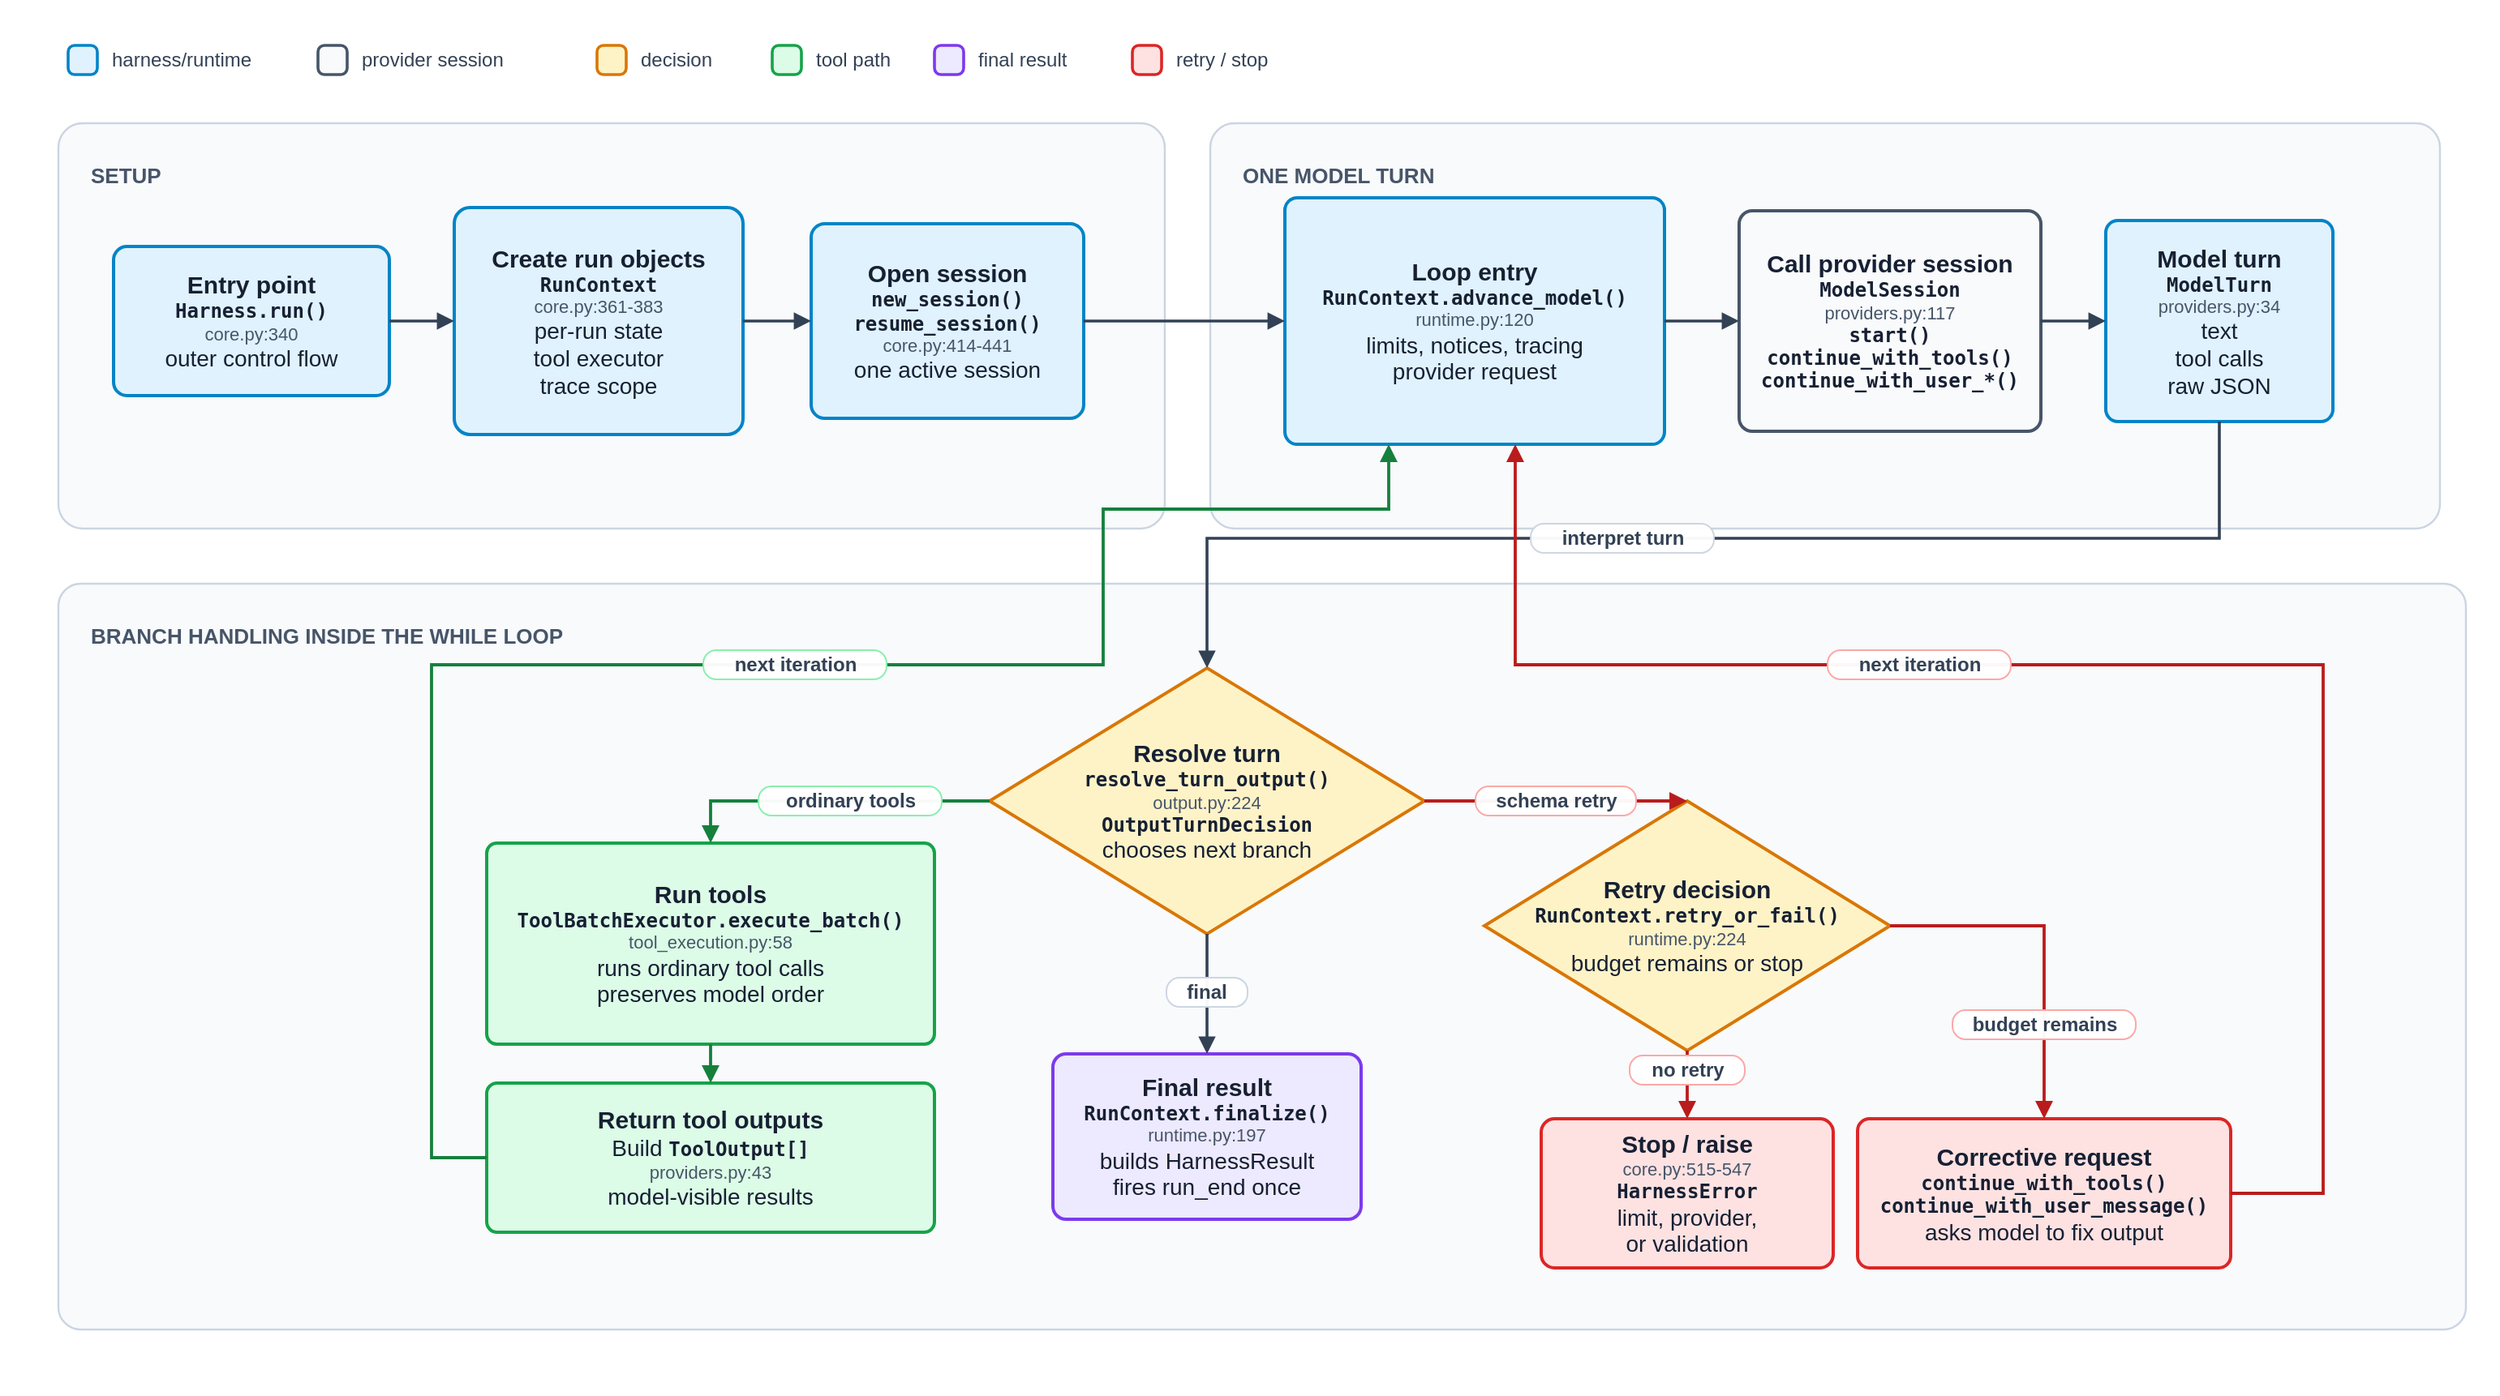
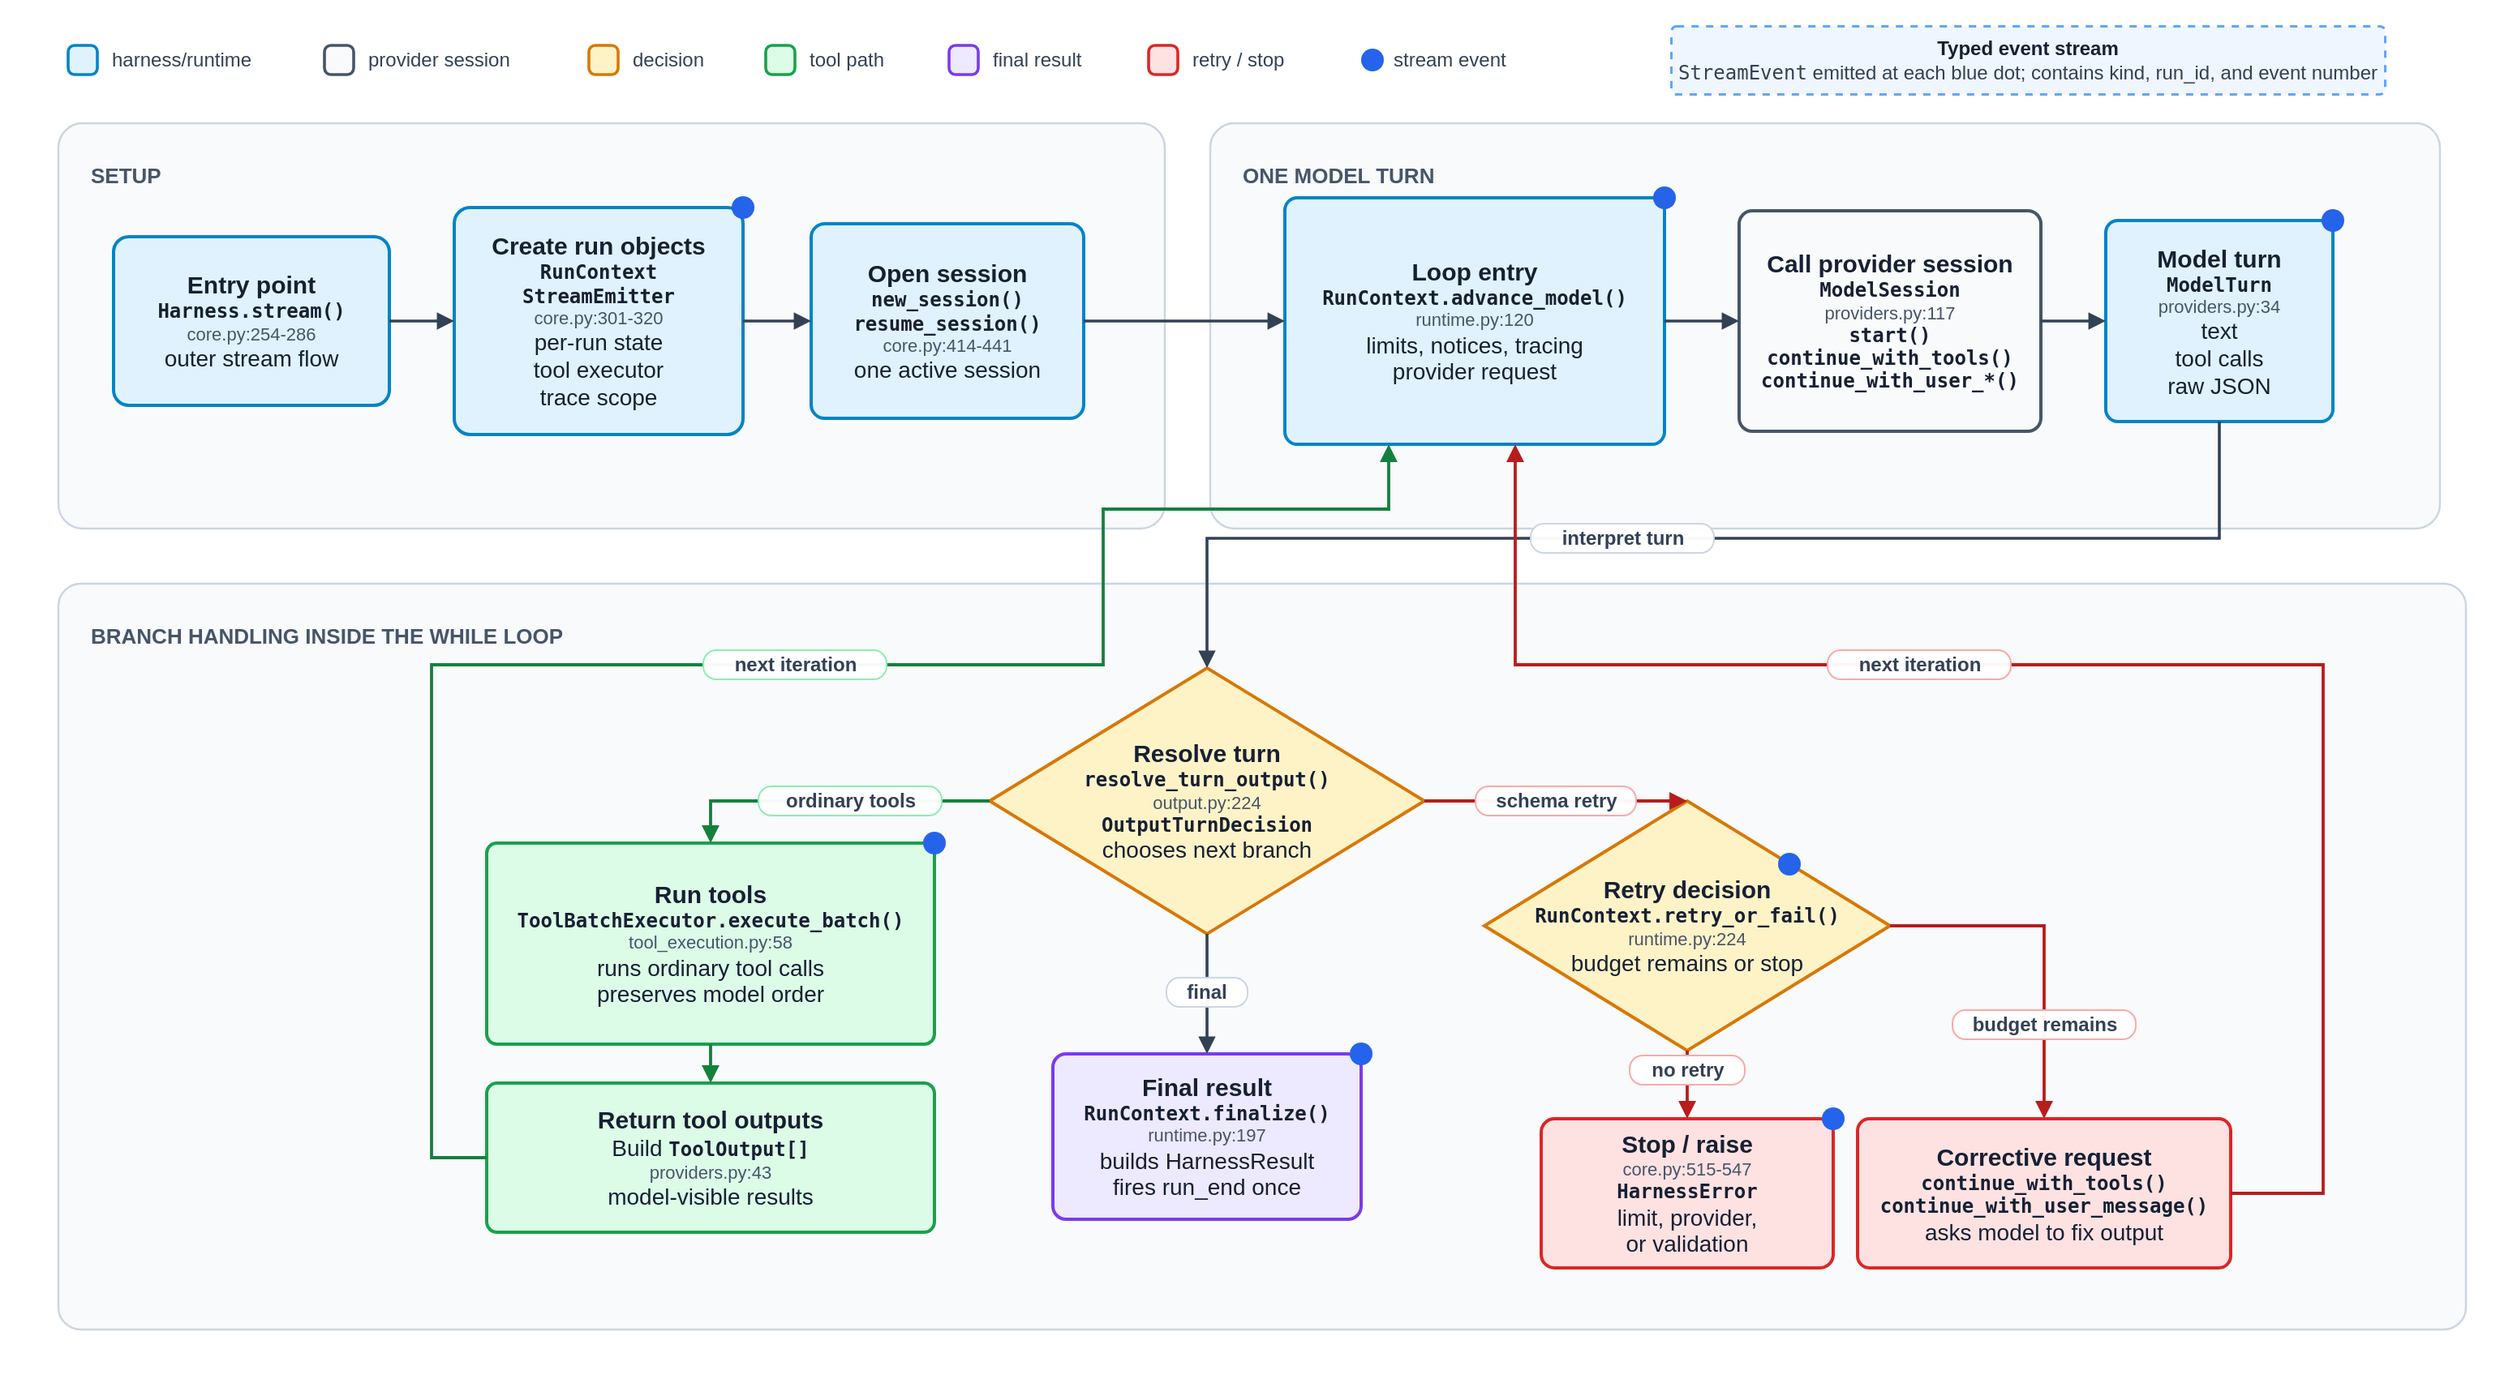
<mxfile host="Electron" agent="Codex">
  <diagram id="thinharness-run-loop" name="ThinHarness run loop">
    <mxGraphModel dx="1542" dy="1342" grid="0" gridSize="10" guides="1" tooltips="1" connect="1" arrows="1" fold="1" page="1" pageScale="1" pageWidth="1540" pageHeight="860" math="0" shadow="0">
      <root>
        <mxCell id="0" />
        <mxCell id="1" parent="0" />
        <mxCell id="background" parent="1" style="rounded=0;whiteSpace=wrap;html=1;fillColor=#ffffff;strokeColor=none;" value="" vertex="1">
          <mxGeometry height="860" width="1540" as="geometry" />
        </mxCell>
        <mxCell id="legend-runtime" parent="1" style="rounded=1;whiteSpace=wrap;html=1;arcSize=22;fillColor=#e0f2fe;strokeColor=#0284c7;strokeWidth=1.8;" value="" vertex="1">
          <mxGeometry height="18" width="18" x="42" y="28" as="geometry" />
        </mxCell>
        <mxCell id="legend-runtime-label" parent="1" style="text;html=1;strokeColor=none;fillColor=none;align=left;verticalAlign=middle;whiteSpace=wrap;rounded=0;fontFamily=Helvetica;fontSize=12;fontColor=#334155;spacing=0;" value="harness/runtime" vertex="1">
-           <mxGeometry height="18" width="118" x="69" y="28" as="geometry" />
+           <mxGeometry height="18" width="103" x="69" y="28" as="geometry" />
        </mxCell>
        <mxCell id="legend-provider" parent="1" style="rounded=1;whiteSpace=wrap;html=1;arcSize=22;fillColor=#f8fafc;strokeColor=#475569;strokeWidth=1.8;" value="" vertex="1">
-           <mxGeometry height="18" width="18" x="196" y="28" as="geometry" />
+           <mxGeometry height="18" width="18" x="200" y="28" as="geometry" />
        </mxCell>
        <mxCell id="legend-provider-label" parent="1" style="text;html=1;strokeColor=none;fillColor=none;align=left;verticalAlign=middle;whiteSpace=wrap;rounded=0;fontFamily=Helvetica;fontSize=12;fontColor=#334155;spacing=0;" value="provider session" vertex="1">
-           <mxGeometry height="18" width="126" x="223" y="28" as="geometry" />
+           <mxGeometry height="18" width="108" x="227" y="28" as="geometry" />
        </mxCell>
        <mxCell id="legend-decision" parent="1" style="rounded=1;whiteSpace=wrap;html=1;arcSize=22;fillColor=#fef3c7;strokeColor=#d97706;strokeWidth=1.8;" value="" vertex="1">
-           <mxGeometry height="18" width="18" x="368" y="28" as="geometry" />
+           <mxGeometry height="18" width="18" x="363" y="28" as="geometry" />
        </mxCell>
        <mxCell id="legend-decision-label" parent="1" style="text;html=1;strokeColor=none;fillColor=none;align=left;verticalAlign=middle;whiteSpace=wrap;rounded=0;fontFamily=Helvetica;fontSize=12;fontColor=#334155;spacing=0;" value="decision" vertex="1">
-           <mxGeometry height="18" width="64" x="395" y="28" as="geometry" />
+           <mxGeometry height="18" width="54" x="390" y="28" as="geometry" />
        </mxCell>
        <mxCell id="legend-tool" parent="1" style="rounded=1;whiteSpace=wrap;html=1;arcSize=22;fillColor=#dcfce7;strokeColor=#16a34a;strokeWidth=1.8;" value="" vertex="1">
-           <mxGeometry height="18" width="18" x="476" y="28" as="geometry" />
+           <mxGeometry height="18" width="18" x="472" y="28" as="geometry" />
        </mxCell>
        <mxCell id="legend-tool-label" parent="1" style="text;html=1;strokeColor=none;fillColor=none;align=left;verticalAlign=middle;whiteSpace=wrap;rounded=0;fontFamily=Helvetica;fontSize=12;fontColor=#334155;spacing=0;" value="tool path" vertex="1">
-           <mxGeometry height="18" width="74" x="503" y="28" as="geometry" />
+           <mxGeometry height="18" width="58" x="499" y="28" as="geometry" />
        </mxCell>
        <mxCell id="legend-done" parent="1" style="rounded=1;whiteSpace=wrap;html=1;arcSize=22;fillColor=#ede9fe;strokeColor=#7c3aed;strokeWidth=1.8;" value="" vertex="1">
-           <mxGeometry height="18" width="18" x="576" y="28" as="geometry" />
+           <mxGeometry height="18" width="18" x="585" y="28" as="geometry" />
        </mxCell>
        <mxCell id="legend-done-label" parent="1" style="text;html=1;strokeColor=none;fillColor=none;align=left;verticalAlign=middle;whiteSpace=wrap;rounded=0;fontFamily=Helvetica;fontSize=12;fontColor=#334155;spacing=0;" value="final result" vertex="1">
-           <mxGeometry height="18" width="86" x="603" y="28" as="geometry" />
+           <mxGeometry height="18" width="68" x="612" y="28" as="geometry" />
        </mxCell>
        <mxCell id="legend-stop" parent="1" style="rounded=1;whiteSpace=wrap;html=1;arcSize=22;fillColor=#fee2e2;strokeColor=#dc2626;strokeWidth=1.8;" value="" vertex="1">
-           <mxGeometry height="18" width="18" x="698" y="28" as="geometry" />
+           <mxGeometry height="18" width="18" x="708" y="28" as="geometry" />
        </mxCell>
        <mxCell id="legend-stop-label" parent="1" style="text;html=1;strokeColor=none;fillColor=none;align=left;verticalAlign=middle;whiteSpace=wrap;rounded=0;fontFamily=Helvetica;fontSize=12;fontColor=#334155;spacing=0;" value="retry / stop" vertex="1">
-           <mxGeometry height="18" width="92" x="725" y="28" as="geometry" />
+           <mxGeometry height="18" width="76" x="735" y="28" as="geometry" />
+         </mxCell>
+         <mxCell id="legend-stream-event" parent="1" style="ellipse;whiteSpace=wrap;html=1;aspect=fixed;fillColor=#2563eb;strokeColor=none;" value="" vertex="1">
+           <mxGeometry height="14" width="14" x="839" y="30" as="geometry" />
+         </mxCell>
+         <mxCell id="legend-stream-event-label" parent="1" style="text;html=1;strokeColor=none;fillColor=none;align=left;verticalAlign=middle;whiteSpace=wrap;rounded=0;fontFamily=Helvetica;fontSize=12;fontColor=#334155;spacing=0;" value="stream event" vertex="1">
+           <mxGeometry height="18" width="84" x="859" y="28" as="geometry" />
+         </mxCell>
+         <mxCell id="stream-callout" parent="1" style="rounded=1;whiteSpace=wrap;html=1;arcSize=8;fillColor=#eff6ff;strokeColor=#60a5fa;strokeWidth=1.5;dashed=1;fontFamily=Helvetica;fontSize=12;fontColor=#334155;align=center;verticalAlign=middle;spacing=0;" value="&lt;div style=&quot;font-weight:700;color:#172033&quot;&gt;Typed event stream&lt;/div&gt;&lt;div&gt;&lt;span style=&quot;font-family:Menlo,Monaco,Consolas,monospace&quot;&gt;StreamEvent&lt;/span&gt; emitted at each blue dot; contains kind, run_id, and event number&lt;/div&gt;" vertex="1">
+           <mxGeometry height="42" width="440" x="1030" y="16" as="geometry" />
        </mxCell>
        <mxCell id="lane-setup" parent="1" style="rounded=1;whiteSpace=wrap;html=1;arcSize=6;fillColor=#f8fafc;strokeColor=#cbd5e1;strokeWidth=1.2;" value="" vertex="1">
          <mxGeometry height="250" width="682" x="36" y="76" as="geometry" />
        </mxCell>
        <mxCell id="lane-setup-title" parent="1" style="text;html=1;strokeColor=none;fillColor=none;align=left;verticalAlign=top;whiteSpace=wrap;rounded=0;fontFamily=Helvetica;fontSize=13;fontStyle=1;fontColor=#475569;spacing=0;" value="SETUP" vertex="1">
          <mxGeometry height="20" width="80" x="56" y="96" as="geometry" />
        </mxCell>
        <mxCell id="lane-turn" parent="1" style="rounded=1;whiteSpace=wrap;html=1;arcSize=6;fillColor=#f8fafc;strokeColor=#cbd5e1;strokeWidth=1.2;" value="" vertex="1">
          <mxGeometry height="250" width="758" x="746" y="76" as="geometry" />
        </mxCell>
        <mxCell id="lane-turn-title" parent="1" style="text;html=1;strokeColor=none;fillColor=none;align=left;verticalAlign=top;whiteSpace=wrap;rounded=0;fontFamily=Helvetica;fontSize=13;fontStyle=1;fontColor=#475569;spacing=0;" value="ONE MODEL TURN" vertex="1">
          <mxGeometry height="20" width="140" x="766" y="96" as="geometry" />
        </mxCell>
        <mxCell id="lane-branch" parent="1" style="rounded=1;whiteSpace=wrap;html=1;arcSize=3;fillColor=#f8fafc;strokeColor=#cbd5e1;strokeWidth=1.2;" value="" vertex="1">
          <mxGeometry height="460" width="1484" x="36" y="360" as="geometry" />
        </mxCell>
        <mxCell id="lane-branch-title" parent="1" style="text;html=1;strokeColor=none;fillColor=none;align=left;verticalAlign=top;whiteSpace=wrap;rounded=0;fontFamily=Helvetica;fontSize=13;fontStyle=1;fontColor=#475569;spacing=0;" value="BRANCH HANDLING INSIDE THE WHILE LOOP" vertex="1">
          <mxGeometry height="20" width="330" x="56" y="380" as="geometry" />
        </mxCell>
-         <mxCell id="run" parent="1" style="rounded=1;whiteSpace=wrap;html=1;arcSize=9;fillColor=#e0f2fe;strokeColor=#0284c7;strokeWidth=2;fontFamily=Helvetica;fontSize=14;fontColor=#172033;align=center;verticalAlign=middle;spacing=0;" value="&lt;div style=&quot;font-size:15px;font-weight:700&quot;&gt;Entry point&lt;/div&gt;&lt;div style=&quot;font-family:Menlo,Monaco,Consolas,monospace;font-size:12px;font-weight:650&quot;&gt;Harness.run()&lt;/div&gt;&lt;div style=&quot;color:#475569;font-size:11px&quot;&gt;core.py:340&lt;/div&gt;&lt;div&gt;outer control flow&lt;/div&gt;" vertex="1">
-           <mxGeometry height="92" width="170" x="70" y="152" as="geometry" />
-         </mxCell>
-         <mxCell id="objects" parent="1" style="rounded=1;whiteSpace=wrap;html=1;arcSize=7;fillColor=#e0f2fe;strokeColor=#0284c7;strokeWidth=2;fontFamily=Helvetica;fontSize=14;fontColor=#172033;align=center;verticalAlign=middle;spacing=0;" value="&lt;div style=&quot;font-size:15px;font-weight:700&quot;&gt;Create run objects&lt;/div&gt;&lt;div style=&quot;font-family:Menlo,Monaco,Consolas,monospace;font-size:12px;font-weight:650&quot;&gt;RunContext&lt;/div&gt;&lt;div style=&quot;color:#475569;font-size:11px&quot;&gt;core.py:361-383&lt;/div&gt;&lt;div&gt;per-run state&lt;/div&gt;&lt;div&gt;tool executor&lt;/div&gt;&lt;div&gt;trace scope&lt;/div&gt;" vertex="1">
+         <mxCell id="run" parent="1" style="rounded=1;whiteSpace=wrap;html=1;arcSize=9;fillColor=#e0f2fe;strokeColor=#0284c7;strokeWidth=2;fontFamily=Helvetica;fontSize=14;fontColor=#172033;align=center;verticalAlign=middle;spacing=0;" value="&lt;div style=&quot;font-size:15px;font-weight:700&quot;&gt;Entry point&lt;/div&gt;&lt;div style=&quot;font-family:Menlo,Monaco,Consolas,monospace;font-size:12px;font-weight:650&quot;&gt;Harness.stream()&lt;/div&gt;&lt;div style=&quot;color:#475569;font-size:11px&quot;&gt;core.py:254-286&lt;/div&gt;&lt;div&gt;outer stream flow&lt;/div&gt;" vertex="1">
+           <mxGeometry height="104" width="170" x="70" y="146" as="geometry" />
+         </mxCell>
+         <mxCell id="objects" parent="1" style="rounded=1;whiteSpace=wrap;html=1;arcSize=7;fillColor=#e0f2fe;strokeColor=#0284c7;strokeWidth=2;fontFamily=Helvetica;fontSize=14;fontColor=#172033;align=center;verticalAlign=middle;spacing=0;" value="&lt;div style=&quot;font-size:15px;font-weight:700&quot;&gt;Create run objects&lt;/div&gt;&lt;div style=&quot;font-family:Menlo,Monaco,Consolas,monospace;font-size:12px;font-weight:650&quot;&gt;RunContext&lt;/div&gt;&lt;div style=&quot;font-family:Menlo,Monaco,Consolas,monospace;font-size:12px;font-weight:650&quot;&gt;StreamEmitter&lt;/div&gt;&lt;div style=&quot;color:#475569;font-size:11px&quot;&gt;core.py:301-320&lt;/div&gt;&lt;div&gt;per-run state&lt;/div&gt;&lt;div&gt;tool executor&lt;/div&gt;&lt;div&gt;trace scope&lt;/div&gt;" vertex="1">
          <mxGeometry height="140" width="178" x="280" y="128" as="geometry" />
        </mxCell>
        <mxCell id="active" parent="1" style="rounded=1;whiteSpace=wrap;html=1;arcSize=7;fillColor=#e0f2fe;strokeColor=#0284c7;strokeWidth=2;fontFamily=Helvetica;fontSize=14;fontColor=#172033;align=center;verticalAlign=middle;spacing=0;" value="&lt;div style=&quot;font-size:15px;font-weight:700&quot;&gt;Open session&lt;/div&gt;&lt;div style=&quot;font-family:Menlo,Monaco,Consolas,monospace;font-size:12px;font-weight:650&quot;&gt;new_session()&lt;/div&gt;&lt;div style=&quot;font-family:Menlo,Monaco,Consolas,monospace;font-size:12px;font-weight:650&quot;&gt;resume_session()&lt;/div&gt;&lt;div style=&quot;color:#475569;font-size:11px&quot;&gt;core.py:414-441&lt;/div&gt;&lt;div&gt;one active session&lt;/div&gt;" vertex="1">
          <mxGeometry height="120" width="168" x="500" y="138" as="geometry" />
        </mxCell>
        <mxCell id="advance" parent="1" style="rounded=1;whiteSpace=wrap;html=1;arcSize=5;fillColor=#e0f2fe;strokeColor=#0284c7;strokeWidth=2;fontFamily=Helvetica;fontSize=14;fontColor=#172033;align=center;verticalAlign=middle;spacing=0;" value="&lt;div style=&quot;font-size:15px;font-weight:700&quot;&gt;Loop entry&lt;/div&gt;&lt;div style=&quot;font-family:Menlo,Monaco,Consolas,monospace;font-size:12px;font-weight:650&quot;&gt;RunContext.advance_model()&lt;/div&gt;&lt;div style=&quot;color:#475569;font-size:11px&quot;&gt;runtime.py:120&lt;/div&gt;&lt;div&gt;limits, notices, tracing&lt;/div&gt;&lt;div&gt;provider request&lt;/div&gt;" vertex="1">
          <mxGeometry height="152" width="234" x="792" y="122" as="geometry" />
        </mxCell>
        <mxCell id="session" parent="1" style="rounded=1;whiteSpace=wrap;html=1;arcSize=6;fillColor=#f8fafc;strokeColor=#475569;strokeWidth=2;fontFamily=Helvetica;fontSize=14;fontColor=#172033;align=center;verticalAlign=middle;spacing=0;" value="&lt;div style=&quot;font-size:15px;font-weight:700&quot;&gt;Call provider session&lt;/div&gt;&lt;div style=&quot;font-family:Menlo,Monaco,Consolas,monospace;font-size:12px;font-weight:650&quot;&gt;ModelSession&lt;/div&gt;&lt;div style=&quot;color:#475569;font-size:11px&quot;&gt;providers.py:117&lt;/div&gt;&lt;div style=&quot;font-family:Menlo,Monaco,Consolas,monospace;font-size:12px;font-weight:650&quot;&gt;start()&lt;/div&gt;&lt;div style=&quot;font-family:Menlo,Monaco,Consolas,monospace;font-size:12px;font-weight:650&quot;&gt;continue_with_tools()&lt;/div&gt;&lt;div style=&quot;font-family:Menlo,Monaco,Consolas,monospace;font-size:12px;font-weight:650&quot;&gt;continue_with_user_*()&lt;/div&gt;" vertex="1">
          <mxGeometry height="136" width="186" x="1072" y="130" as="geometry" />
        </mxCell>
        <mxCell id="turn" parent="1" style="rounded=1;whiteSpace=wrap;html=1;arcSize=6;fillColor=#e0f2fe;strokeColor=#0284c7;strokeWidth=2;fontFamily=Helvetica;fontSize=14;fontColor=#172033;align=center;verticalAlign=middle;spacing=0;" value="&lt;div style=&quot;font-size:15px;font-weight:700&quot;&gt;Model turn&lt;/div&gt;&lt;div style=&quot;font-family:Menlo,Monaco,Consolas,monospace;font-size:12px;font-weight:650&quot;&gt;ModelTurn&lt;/div&gt;&lt;div style=&quot;color:#475569;font-size:11px&quot;&gt;providers.py:34&lt;/div&gt;&lt;div&gt;text&lt;/div&gt;&lt;div&gt;tool calls&lt;/div&gt;&lt;div&gt;raw JSON&lt;/div&gt;" vertex="1">
          <mxGeometry height="124" width="140" x="1298" y="136" as="geometry" />
        </mxCell>
        <mxCell id="decide" parent="1" style="rhombus;whiteSpace=wrap;html=1;fillColor=#fef3c7;strokeColor=#d97706;strokeWidth=2;fontFamily=Helvetica;fontSize=14;fontColor=#172033;align=center;verticalAlign=middle;spacing=0;" value="&lt;div style=&quot;font-size:15px;font-weight:700&quot;&gt;Resolve turn&lt;/div&gt;&lt;div style=&quot;font-family:Menlo,Monaco,Consolas,monospace;font-size:12px;font-weight:650&quot;&gt;resolve_turn_output()&lt;/div&gt;&lt;div style=&quot;color:#475569;font-size:11px&quot;&gt;output.py:224&lt;/div&gt;&lt;div style=&quot;font-family:Menlo,Monaco,Consolas,monospace;font-size:12px;font-weight:650&quot;&gt;OutputTurnDecision&lt;/div&gt;&lt;div&gt;chooses next branch&lt;/div&gt;" vertex="1">
          <mxGeometry height="164" width="268" x="610" y="412" as="geometry" />
        </mxCell>
        <mxCell id="final" parent="1" style="rounded=1;whiteSpace=wrap;html=1;arcSize=8;fillColor=#ede9fe;strokeColor=#7c3aed;strokeWidth=2;fontFamily=Helvetica;fontSize=14;fontColor=#172033;align=center;verticalAlign=middle;spacing=0;" value="&lt;div style=&quot;font-size:15px;font-weight:700&quot;&gt;Final result&lt;/div&gt;&lt;div style=&quot;font-family:Menlo,Monaco,Consolas,monospace;font-size:12px;font-weight:650&quot;&gt;RunContext.finalize()&lt;/div&gt;&lt;div style=&quot;color:#475569;font-size:11px&quot;&gt;runtime.py:197&lt;/div&gt;&lt;div&gt;builds HarnessResult&lt;/div&gt;&lt;div&gt;fires run_end once&lt;/div&gt;" vertex="1">
          <mxGeometry height="102" width="190" x="649" y="650" as="geometry" />
        </mxCell>
        <mxCell id="tools" parent="1" style="rounded=1;whiteSpace=wrap;html=1;arcSize=5;fillColor=#dcfce7;strokeColor=#16a34a;strokeWidth=2;fontFamily=Helvetica;fontSize=14;fontColor=#172033;align=center;verticalAlign=middle;spacing=0;" value="&lt;div style=&quot;font-size:15px;font-weight:700&quot;&gt;Run tools&lt;/div&gt;&lt;div style=&quot;font-family:Menlo,Monaco,Consolas,monospace;font-size:12px;font-weight:650&quot;&gt;ToolBatchExecutor.execute_batch()&lt;/div&gt;&lt;div style=&quot;color:#475569;font-size:11px&quot;&gt;tool_execution.py:58&lt;/div&gt;&lt;div&gt;runs ordinary tool calls&lt;/div&gt;&lt;div&gt;preserves model order&lt;/div&gt;" vertex="1">
          <mxGeometry height="124" width="276" x="300" y="520" as="geometry" />
        </mxCell>
        <mxCell id="toolOutput" parent="1" style="rounded=1;whiteSpace=wrap;html=1;arcSize=7;fillColor=#dcfce7;strokeColor=#16a34a;strokeWidth=2;fontFamily=Helvetica;fontSize=14;fontColor=#172033;align=center;verticalAlign=middle;spacing=0;" value="&lt;div style=&quot;font-size:15px;font-weight:700&quot;&gt;Return tool outputs&lt;/div&gt;&lt;div&gt;Build &lt;span style=&quot;font-family:Menlo,Monaco,Consolas,monospace;font-size:12px;font-weight:650&quot;&gt;ToolOutput[]&lt;/span&gt;&lt;/div&gt;&lt;div style=&quot;color:#475569;font-size:11px&quot;&gt;providers.py:43&lt;/div&gt;&lt;div&gt;model-visible results&lt;/div&gt;" vertex="1">
          <mxGeometry height="92" width="276" x="300" y="668" as="geometry" />
        </mxCell>
        <mxCell id="retry" parent="1" style="rhombus;whiteSpace=wrap;html=1;fillColor=#fef3c7;strokeColor=#d97706;strokeWidth=2;fontFamily=Helvetica;fontSize=14;fontColor=#172033;align=center;verticalAlign=middle;spacing=0;" value="&lt;div style=&quot;font-size:15px;font-weight:700&quot;&gt;Retry decision&lt;/div&gt;&lt;div style=&quot;font-family:Menlo,Monaco,Consolas,monospace;font-size:12px;font-weight:650&quot;&gt;RunContext.retry_or_fail()&lt;/div&gt;&lt;div style=&quot;color:#475569;font-size:11px&quot;&gt;runtime.py:224&lt;/div&gt;&lt;div&gt;budget remains or stop&lt;/div&gt;" vertex="1">
          <mxGeometry height="154" width="250" x="915" y="494" as="geometry" />
        </mxCell>
        <mxCell id="stop" parent="1" style="rounded=1;whiteSpace=wrap;html=1;arcSize=9;fillColor=#fee2e2;strokeColor=#dc2626;strokeWidth=2;fontFamily=Helvetica;fontSize=14;fontColor=#172033;align=center;verticalAlign=middle;spacing=0;" value="&lt;div style=&quot;font-size:15px;font-weight:700&quot;&gt;Stop / raise&lt;/div&gt;&lt;div style=&quot;color:#475569;font-size:11px&quot;&gt;core.py:515-547&lt;/div&gt;&lt;div style=&quot;font-family:Menlo,Monaco,Consolas,monospace;font-size:12px;font-weight:650&quot;&gt;HarnessError&lt;/div&gt;&lt;div&gt;limit, provider,&lt;/div&gt;&lt;div&gt;or validation&lt;/div&gt;" vertex="1">
          <mxGeometry height="92" width="180" x="950" y="690" as="geometry" />
        </mxCell>
        <mxCell id="corrective" parent="1" style="rounded=1;whiteSpace=wrap;html=1;arcSize=8;fillColor=#fee2e2;strokeColor=#dc2626;strokeWidth=2;fontFamily=Helvetica;fontSize=14;fontColor=#172033;align=center;verticalAlign=middle;spacing=0;" value="&lt;div style=&quot;font-size:15px;font-weight:700&quot;&gt;Corrective request&lt;/div&gt;&lt;div style=&quot;font-family:Menlo,Monaco,Consolas,monospace;font-size:12px;font-weight:650&quot;&gt;continue_with_tools()&lt;/div&gt;&lt;div style=&quot;font-family:Menlo,Monaco,Consolas,monospace;font-size:12px;font-weight:650&quot;&gt;continue_with_user_message()&lt;/div&gt;&lt;div&gt;asks model to fix output&lt;/div&gt;" vertex="1">
          <mxGeometry height="92" width="230" x="1145" y="690" as="geometry" />
        </mxCell>
        <mxCell id="e-run-objects" edge="1" parent="1" source="run" style="endArrow=block;html=1;rounded=0;strokeColor=#334155;strokeWidth=1.8;endFill=1;" target="objects" value="">
          <mxGeometry relative="1" as="geometry" />
        </mxCell>
        <mxCell id="e-objects-active" edge="1" parent="1" source="objects" style="endArrow=block;html=1;rounded=0;strokeColor=#334155;strokeWidth=1.8;endFill=1;" target="active" value="">
          <mxGeometry relative="1" as="geometry" />
        </mxCell>
        <mxCell id="e-active-advance" edge="1" parent="1" source="active" style="endArrow=block;html=1;rounded=0;strokeColor=#334155;strokeWidth=1.8;endFill=1;" target="advance" value="">
          <mxGeometry relative="1" as="geometry" />
        </mxCell>
        <mxCell id="e-advance-session" edge="1" parent="1" source="advance" style="endArrow=block;html=1;rounded=0;strokeColor=#334155;strokeWidth=1.8;endFill=1;" target="session" value="">
          <mxGeometry relative="1" as="geometry" />
        </mxCell>
        <mxCell id="e-session-turn" edge="1" parent="1" source="session" style="endArrow=block;html=1;rounded=0;strokeColor=#334155;strokeWidth=1.8;endFill=1;" target="turn" value="">
          <mxGeometry relative="1" as="geometry" />
        </mxCell>
        <mxCell id="e-turn-decide" edge="1" parent="1" source="turn" style="edgeStyle=orthogonalEdgeStyle;rounded=0;orthogonalLoop=1;jettySize=auto;endArrow=block;html=1;strokeColor=#334155;strokeWidth=1.8;endFill=1;exitX=0.5;exitY=1;entryX=0.5;entryY=0;" target="decide" value="">
          <mxGeometry relative="1" as="geometry">
            <Array as="points">
              <mxPoint x="1368" y="332" />
              <mxPoint x="744" y="332" />
            </Array>
          </mxGeometry>
        </mxCell>
        <mxCell id="e-decide-final" edge="1" parent="1" source="decide" style="endArrow=block;html=1;rounded=0;strokeColor=#334155;strokeWidth=1.8;endFill=1;exitX=0.5;exitY=1;entryX=0.5;entryY=0;" target="final" value="">
          <mxGeometry relative="1" as="geometry" />
        </mxCell>
        <mxCell id="e-decide-tools" edge="1" parent="1" source="decide" style="edgeStyle=orthogonalEdgeStyle;rounded=0;orthogonalLoop=1;jettySize=auto;endArrow=block;html=1;strokeColor=#15803d;strokeWidth=1.9;endFill=1;exitX=0;exitY=0.5;entryX=0.5;entryY=0;" target="tools" value="">
          <mxGeometry relative="1" as="geometry">
            <Array as="points">
              <mxPoint x="438" y="494" />
            </Array>
          </mxGeometry>
        </mxCell>
        <mxCell id="e-decide-retry" edge="1" parent="1" source="decide" style="endArrow=block;html=1;rounded=0;strokeColor=#b91c1c;strokeWidth=1.9;endFill=1;exitX=1;exitY=0.5;entryX=0.5;entryY=0;" target="retry" value="">
          <mxGeometry relative="1" as="geometry" />
        </mxCell>
        <mxCell id="e-tools-tool-output" edge="1" parent="1" source="tools" style="endArrow=block;html=1;rounded=0;strokeColor=#15803d;strokeWidth=1.9;endFill=1;exitX=0.5;exitY=1;entryX=0.5;entryY=0;" target="toolOutput" value="">
          <mxGeometry relative="1" as="geometry" />
        </mxCell>
        <mxCell id="e-tool-output-advance" edge="1" parent="1" source="toolOutput" style="edgeStyle=orthogonalEdgeStyle;rounded=0;orthogonalLoop=1;jettySize=auto;endArrow=block;html=1;strokeColor=#15803d;strokeWidth=1.9;endFill=1;exitX=0;exitY=0.5;entryX=0.2735;entryY=1;" target="advance" value="">
          <mxGeometry relative="1" as="geometry">
            <Array as="points">
              <mxPoint x="266" y="714" />
              <mxPoint x="266" y="410" />
              <mxPoint x="680" y="410" />
              <mxPoint x="680" y="314" />
              <mxPoint x="856" y="314" />
            </Array>
          </mxGeometry>
        </mxCell>
        <mxCell id="e-retry-corrective" edge="1" parent="1" source="retry" style="edgeStyle=orthogonalEdgeStyle;rounded=0;orthogonalLoop=1;jettySize=auto;endArrow=block;html=1;strokeColor=#b91c1c;strokeWidth=1.9;endFill=1;exitX=1;exitY=0.5;entryX=0.5;entryY=0;" target="corrective" value="">
          <mxGeometry relative="1" as="geometry">
            <Array as="points">
              <mxPoint x="1260" y="571" />
            </Array>
          </mxGeometry>
        </mxCell>
        <mxCell id="e-retry-stop" edge="1" parent="1" source="retry" style="endArrow=block;html=1;rounded=0;strokeColor=#b91c1c;strokeWidth=1.9;endFill=1;exitX=0.5;exitY=1;entryX=0.5;entryY=0;" target="stop" value="">
          <mxGeometry relative="1" as="geometry" />
        </mxCell>
        <mxCell id="e-corrective-advance" edge="1" parent="1" source="corrective" style="edgeStyle=orthogonalEdgeStyle;rounded=0;orthogonalLoop=1;jettySize=auto;endArrow=block;html=1;strokeColor=#b91c1c;strokeWidth=1.9;endFill=1;exitX=1;exitY=0.5;entryX=0.6068;entryY=1;" target="advance" value="">
          <mxGeometry relative="1" as="geometry">
            <Array as="points">
              <mxPoint x="1432" y="736" />
              <mxPoint x="1432" y="410" />
              <mxPoint x="934" y="410" />
            </Array>
          </mxGeometry>
        </mxCell>
        <mxCell id="label-interpret-turn" parent="1" style="rounded=1;whiteSpace=wrap;html=1;arcSize=45;fillColor=#ffffff;strokeColor=#cbd5e1;opacity=96;fontFamily=Helvetica;fontSize=12;fontStyle=1;fontColor=#334155;align=center;verticalAlign=middle;spacing=0;" value="interpret turn" vertex="1">
          <mxGeometry height="18" width="113" x="943.5" y="323" as="geometry" />
        </mxCell>
        <mxCell id="label-final" parent="1" style="rounded=1;whiteSpace=wrap;html=1;arcSize=45;fillColor=#ffffff;strokeColor=#cbd5e1;opacity=96;fontFamily=Helvetica;fontSize=12;fontStyle=1;fontColor=#334155;align=center;verticalAlign=middle;spacing=0;" value="final" vertex="1">
          <mxGeometry height="18" width="50" x="719" y="603" as="geometry" />
        </mxCell>
        <mxCell id="label-ordinary-tools" parent="1" style="rounded=1;whiteSpace=wrap;html=1;arcSize=45;fillColor=#ffffff;strokeColor=#86efac;opacity=96;fontFamily=Helvetica;fontSize=12;fontStyle=1;fontColor=#334155;align=center;verticalAlign=middle;spacing=0;" value="ordinary tools" vertex="1">
          <mxGeometry height="18" width="113" x="467.5" y="485" as="geometry" />
        </mxCell>
        <mxCell id="label-schema-retry" parent="1" style="rounded=1;whiteSpace=wrap;html=1;arcSize=45;fillColor=#ffffff;strokeColor=#fca5a5;opacity=96;fontFamily=Helvetica;fontSize=12;fontStyle=1;fontColor=#334155;align=center;verticalAlign=middle;spacing=0;" value="schema retry" vertex="1">
          <mxGeometry height="18" width="99" x="909.5" y="485" as="geometry" />
        </mxCell>
        <mxCell id="label-tool-next" parent="1" style="rounded=1;whiteSpace=wrap;html=1;arcSize=45;fillColor=#ffffff;strokeColor=#86efac;opacity=96;fontFamily=Helvetica;fontSize=12;fontStyle=1;fontColor=#334155;align=center;verticalAlign=middle;spacing=0;" value="next iteration" vertex="1">
          <mxGeometry height="18" width="113" x="433.5" y="401" as="geometry" />
        </mxCell>
        <mxCell id="label-budget-remains" parent="1" style="rounded=1;whiteSpace=wrap;html=1;arcSize=45;fillColor=#ffffff;strokeColor=#fca5a5;opacity=96;fontFamily=Helvetica;fontSize=12;fontStyle=1;fontColor=#334155;align=center;verticalAlign=middle;spacing=0;" value="budget remains" vertex="1">
          <mxGeometry height="18" width="113" x="1203.5" y="623" as="geometry" />
        </mxCell>
        <mxCell id="label-no-retry" parent="1" style="rounded=1;whiteSpace=wrap;html=1;arcSize=45;fillColor=#ffffff;strokeColor=#fca5a5;opacity=96;fontFamily=Helvetica;fontSize=12;fontStyle=1;fontColor=#334155;align=center;verticalAlign=middle;spacing=0;" value="no retry" vertex="1">
          <mxGeometry height="18" width="71" x="1004.5" y="651" as="geometry" />
        </mxCell>
        <mxCell id="label-retry-next" parent="1" style="rounded=1;whiteSpace=wrap;html=1;arcSize=45;fillColor=#ffffff;strokeColor=#fca5a5;opacity=96;fontFamily=Helvetica;fontSize=12;fontStyle=1;fontColor=#334155;align=center;verticalAlign=middle;spacing=0;" value="next iteration" vertex="1">
          <mxGeometry height="18" width="113" x="1126.5" y="401" as="geometry" />
        </mxCell>
+         <mxCell id="event-dot-objects" parent="1" style="ellipse;whiteSpace=wrap;html=1;aspect=fixed;fillColor=#2563eb;strokeColor=none;" value="" vertex="1">
+           <mxGeometry height="14" width="14" x="451" y="121" as="geometry" />
+         </mxCell>
+         <mxCell id="event-dot-advance" parent="1" style="ellipse;whiteSpace=wrap;html=1;aspect=fixed;fillColor=#2563eb;strokeColor=none;" value="" vertex="1">
+           <mxGeometry height="14" width="14" x="1019" y="115" as="geometry" />
+         </mxCell>
+         <mxCell id="event-dot-turn" parent="1" style="ellipse;whiteSpace=wrap;html=1;aspect=fixed;fillColor=#2563eb;strokeColor=none;" value="" vertex="1">
+           <mxGeometry height="14" width="14" x="1431" y="129" as="geometry" />
+         </mxCell>
+         <mxCell id="event-dot-tools" parent="1" style="ellipse;whiteSpace=wrap;html=1;aspect=fixed;fillColor=#2563eb;strokeColor=none;" value="" vertex="1">
+           <mxGeometry height="14" width="14" x="569" y="513" as="geometry" />
+         </mxCell>
+         <mxCell id="event-dot-retry" parent="1" style="ellipse;whiteSpace=wrap;html=1;aspect=fixed;fillColor=#2563eb;strokeColor=none;" value="" vertex="1">
+           <mxGeometry height="14" width="14" x="1096" y="526" as="geometry" />
+         </mxCell>
+         <mxCell id="event-dot-final" parent="1" style="ellipse;whiteSpace=wrap;html=1;aspect=fixed;fillColor=#2563eb;strokeColor=none;" value="" vertex="1">
+           <mxGeometry height="14" width="14" x="832" y="643" as="geometry" />
+         </mxCell>
+         <mxCell id="event-dot-stop" parent="1" style="ellipse;whiteSpace=wrap;html=1;aspect=fixed;fillColor=#2563eb;strokeColor=none;" value="" vertex="1">
+           <mxGeometry height="14" width="14" x="1123" y="683" as="geometry" />
+         </mxCell>
      </root>
    </mxGraphModel>
  </diagram>
</mxfile>
